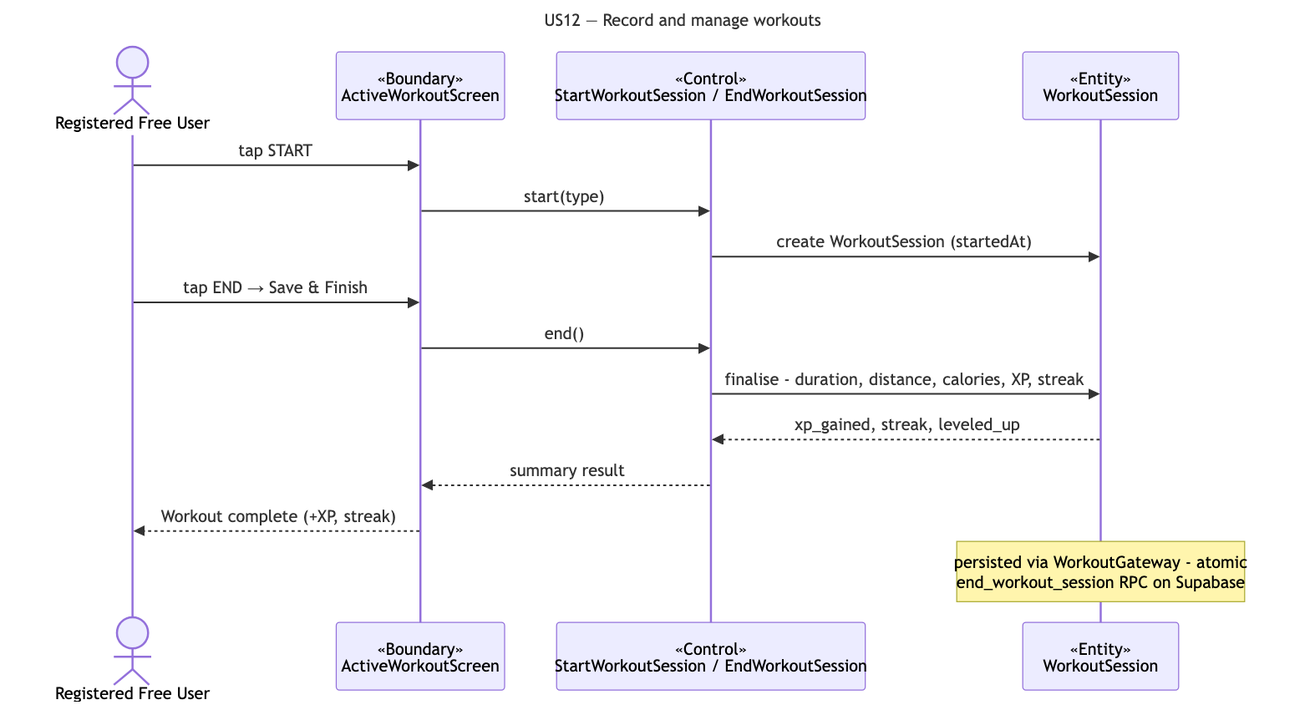
Earlier version of the Mermaid export docs/deliverables/sequence-diagrams/US12-record-workouts.png (cyuanjun/FYP-26-S2-37-app). Its source is kept beside it as docs/deliverables/sequence-diagrams/src/US12-record-workouts.mmd.
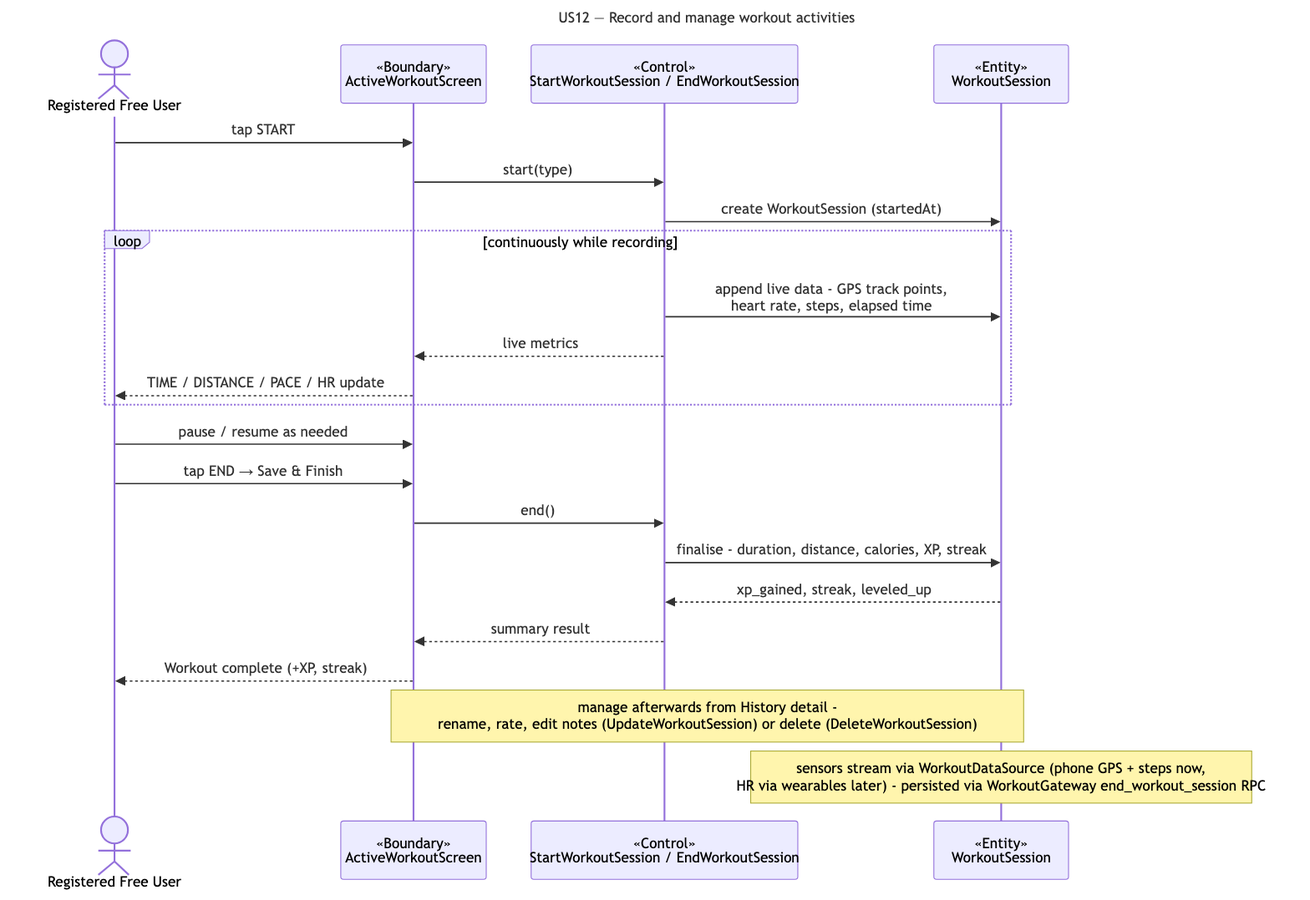
After the change.

Commit message:
US12: show continuous live recording loop (GPS/HR/steps) + manage note

The edit, as a diff of the source:
```diff
@@ -1,5 +1,5 @@
 ---
-title: "US12 — Record and manage workouts"
+title: "US12 — Record and manage workout activities"
 ---
 sequenceDiagram
   actor A as Registered Free User
@@ -9,10 +9,17 @@
   A->>B: tap START
   B->>C: start(type)
   C->>E: create WorkoutSession (startedAt)
+  loop continuously while recording
+    C->>E: append live data - GPS track points,<br/>heart rate, steps, elapsed time
+    C-->>B: live metrics
+    B-->>A: TIME / DISTANCE / PACE / HR update
+  end
+  A->>B: pause / resume as needed
   A->>B: tap END → Save & Finish
   B->>C: end()
   C->>E: finalise - duration, distance, calories, XP, streak
   E-->>C: xp_gained, streak, leveled_up
   C-->>B: summary result
   B-->>A: Workout complete (+XP, streak)
-  note over E: persisted via WorkoutGateway - atomic<br/>end_workout_session RPC on Supabase
+  note over B,E: manage afterwards from History detail -<br/>rename, rate, edit notes (UpdateWorkoutSession) or delete (DeleteWorkoutSession)
+  note over E: sensors stream via WorkoutDataSource (phone GPS + steps now,<br/>HR via wearables later) - persisted via WorkoutGateway end_workout_session RPC
```
